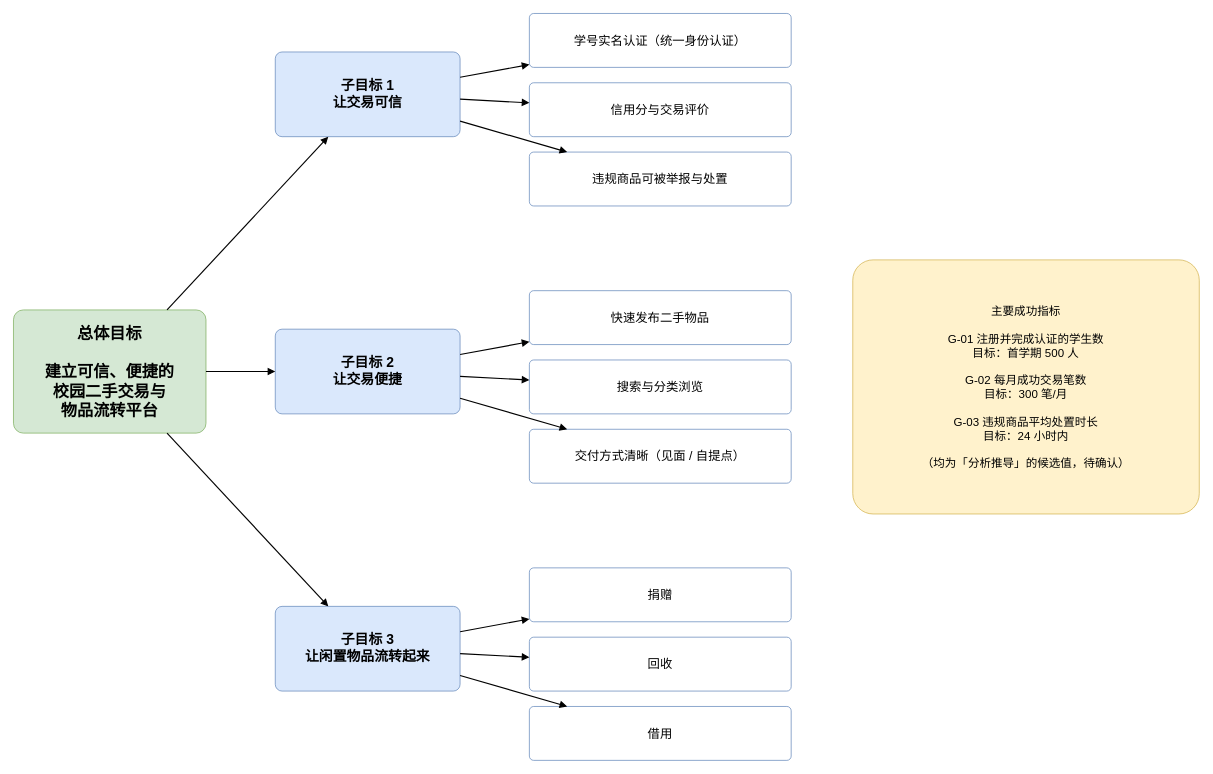
Elusive-phantasm/Software-Engineering keeps this draw.io diagram as 目标树、术语表、架构上下文/01_目标树.drawio. Above is the earlier version. Source tidied: cells renumbered, new cells numbered last; positions are measured from the earlier drawing's top-left corner, leaving out a move shared by most shapes. Both pictures are drawn from the tidied source at 77%, with x=0, y=0 at pixel (13, 13).
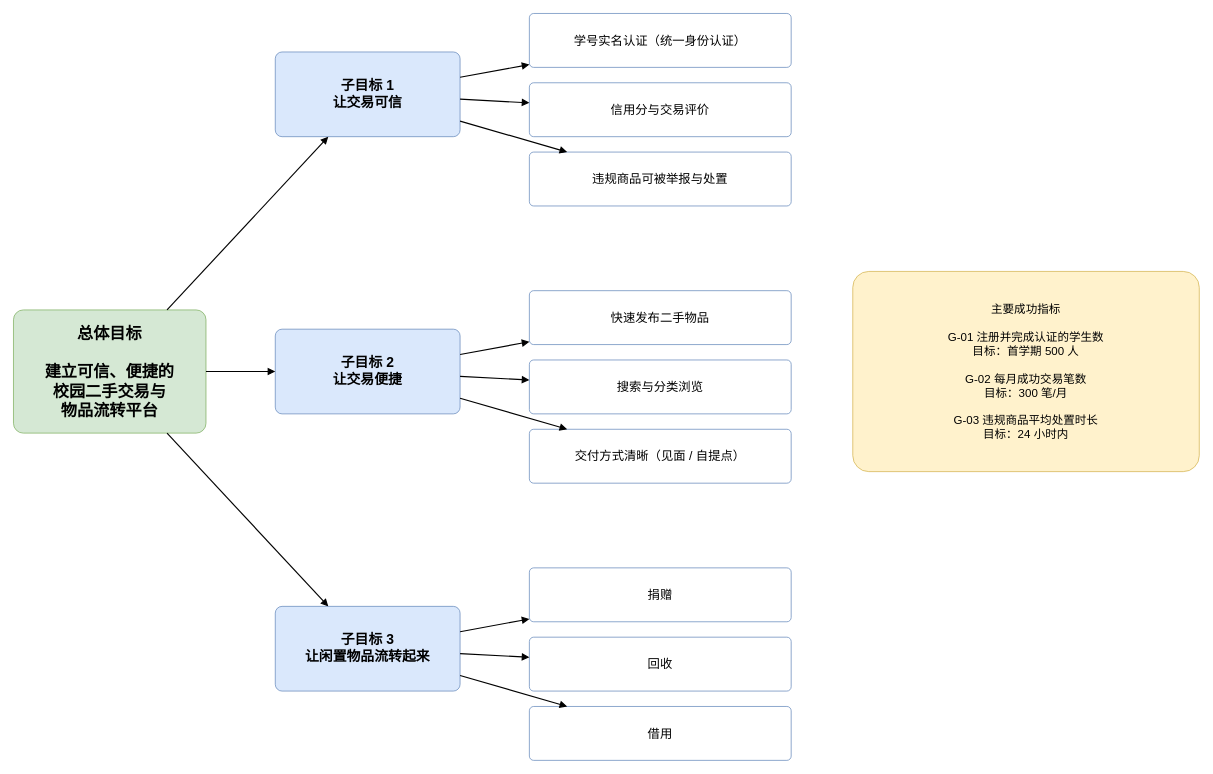
Above is the later version.

Commit message (it also covers changes not shown here):
更新目标树图：去掉主要成功指标的待确认标注

Change to the diagram source:
```diff
@@
-    <mxCell id="15" value="主要成功指标&lt;br&gt;&lt;br&gt;G-01  注册并完成认证的学生数&lt;br&gt;         目标：首学期 500 人&lt;br&gt;&lt;br&gt;G-02  每月成功交易笔数&lt;br&gt;         目标：300 笔/月&lt;br&gt;&lt;br&gt;G-03  违规商品平均处置时长&lt;br&gt;         目标：24 小时内&lt;br&gt;&lt;br&gt;（均为「分析推导」的候选值，待确认）" style="rounded=1;arcSize=8;whiteSpace=wrap;html=1;fillColor=#FFF2CC;strokeColor=#D6B656;fontSize=15;fontStyle=0;" parent="1" vertex="1">
-      <mxGeometry x="1090" y="320" width="450" height="330" as="geometry" />
+    <mxCell id="15" value="主要成功指标&lt;br&gt;&lt;br&gt;G-01  注册并完成认证的学生数&lt;br&gt;         目标：首学期 500 人&lt;br&gt;&lt;br&gt;G-02  每月成功交易笔数&lt;br&gt;         目标：300 笔/月&lt;br&gt;&lt;br&gt;G-03  违规商品平均处置时长&lt;br&gt;         目标：24 小时内" style="rounded=1;arcSize=8;whiteSpace=wrap;html=1;fillColor=#FFF2CC;strokeColor=#D6B656;fontSize=15;fontStyle=0;" parent="1" vertex="1">
+      <mxGeometry x="1090" y="335" width="450" height="260" as="geometry" />
     </mxCell>
```
